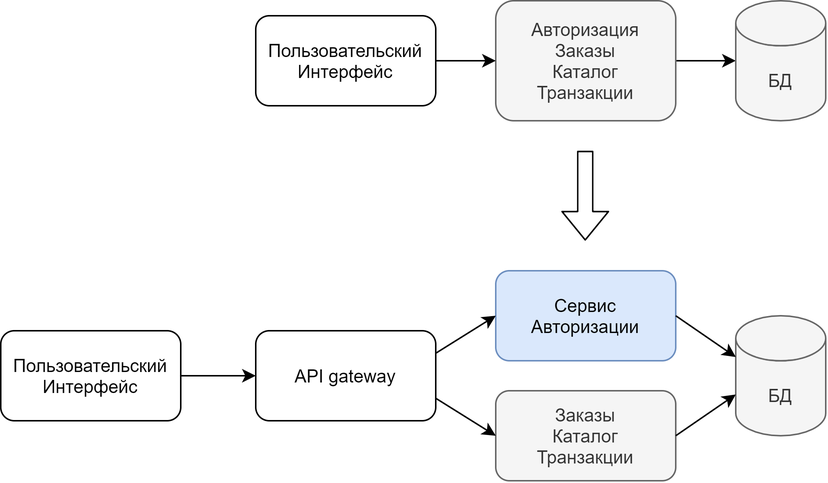
Before: Semester 6/Diploma/Diagrams/Microservices/Live testing.png, a diagram exported from draw.io (ArtiomCiobanu/UniversityStuff). Source tidied: cells renumbered, new cells last; positions are measured from the earlier drawing's top-left corner, leaving out a move shared by most shapes.
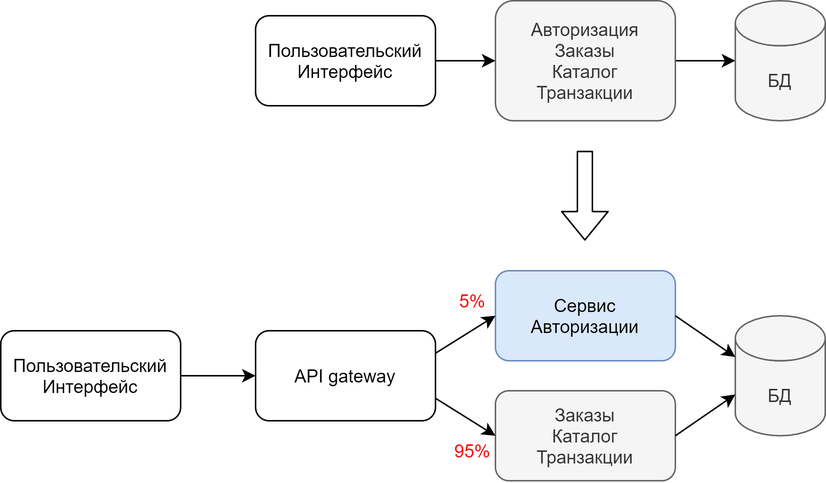
Above is the later version.

Change to the diagram source:
```diff
@@ -53,5 +53,11 @@
     <mxCell id="17" value="Пользовательский&lt;br&gt;Интерфейс" style="rounded=1;whiteSpace=wrap;html=1;fillColor=#FFFFFF;" parent="1" vertex="1">
       <mxGeometry y="220" width="120" height="60" as="geometry" />
     </mxCell>
+    <mxCell id="18" value="&lt;font color=&quot;#ff0000&quot;&gt;5%&lt;/font&gt;" style="text;html=1;align=center;verticalAlign=middle;whiteSpace=wrap;rounded=0;" parent="1" vertex="1">
+      <mxGeometry x="300" y="190" width="30" height="20" as="geometry" />
+    </mxCell>
+    <mxCell id="19" value="&lt;font color=&quot;#ff0000&quot;&gt;95%&lt;/font&gt;" style="text;html=1;align=center;verticalAlign=middle;whiteSpace=wrap;rounded=0;" parent="1" vertex="1">
+      <mxGeometry x="300" y="290" width="30" height="20" as="geometry" />
+    </mxCell>
   </root>
 </mxGraphModel>
```
